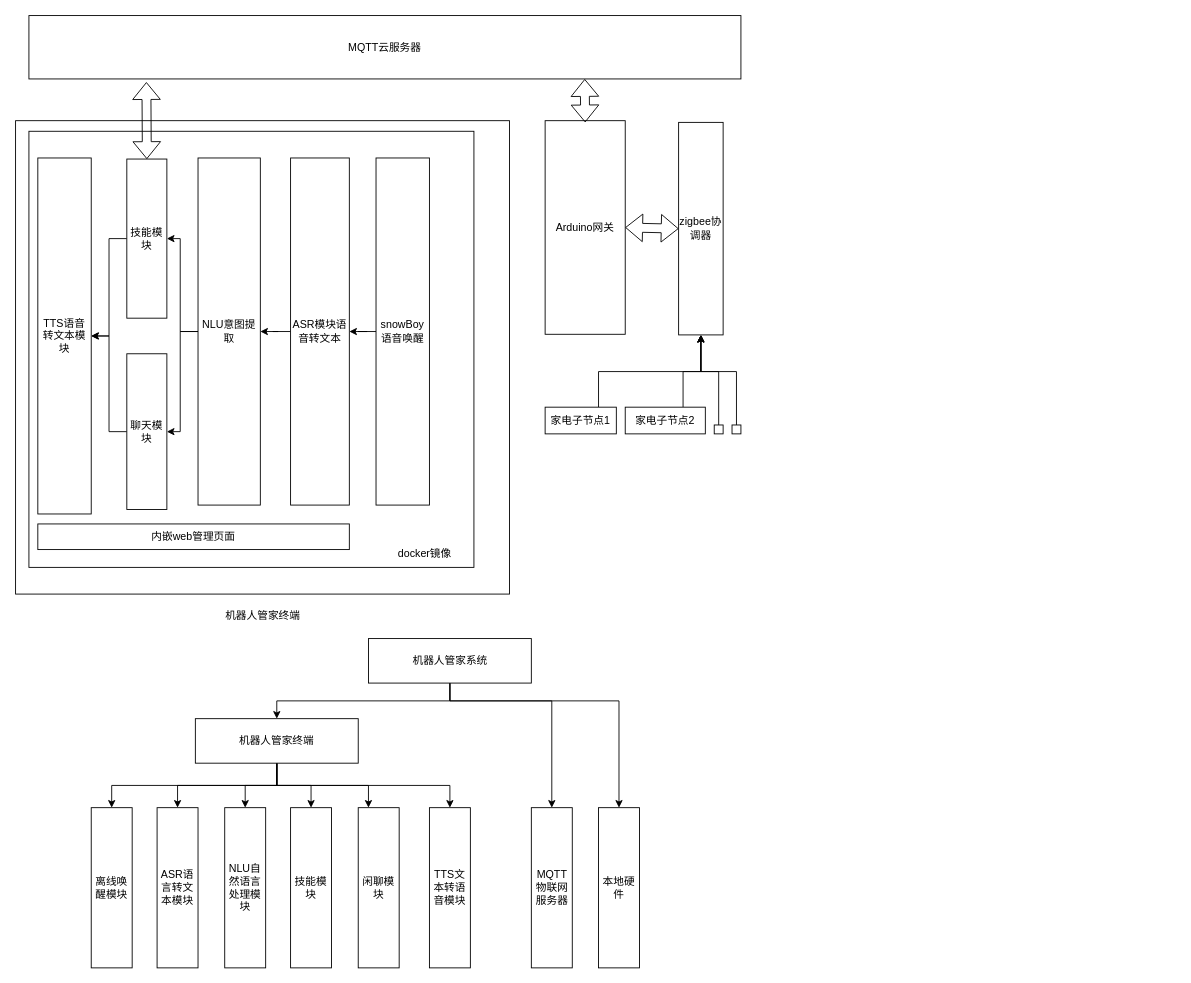
Before: my01.drawio in specychicken/drawIO2, a draw.io diagram. Source tidied: cells renumbered, new cells numbered last; positions are measured from the earlier drawing's top-left corner, leaving out a move shared by most shapes. Both pictures are drawn from the tidied source at 89%, with x=0, y=0 at pixel (15, 15).
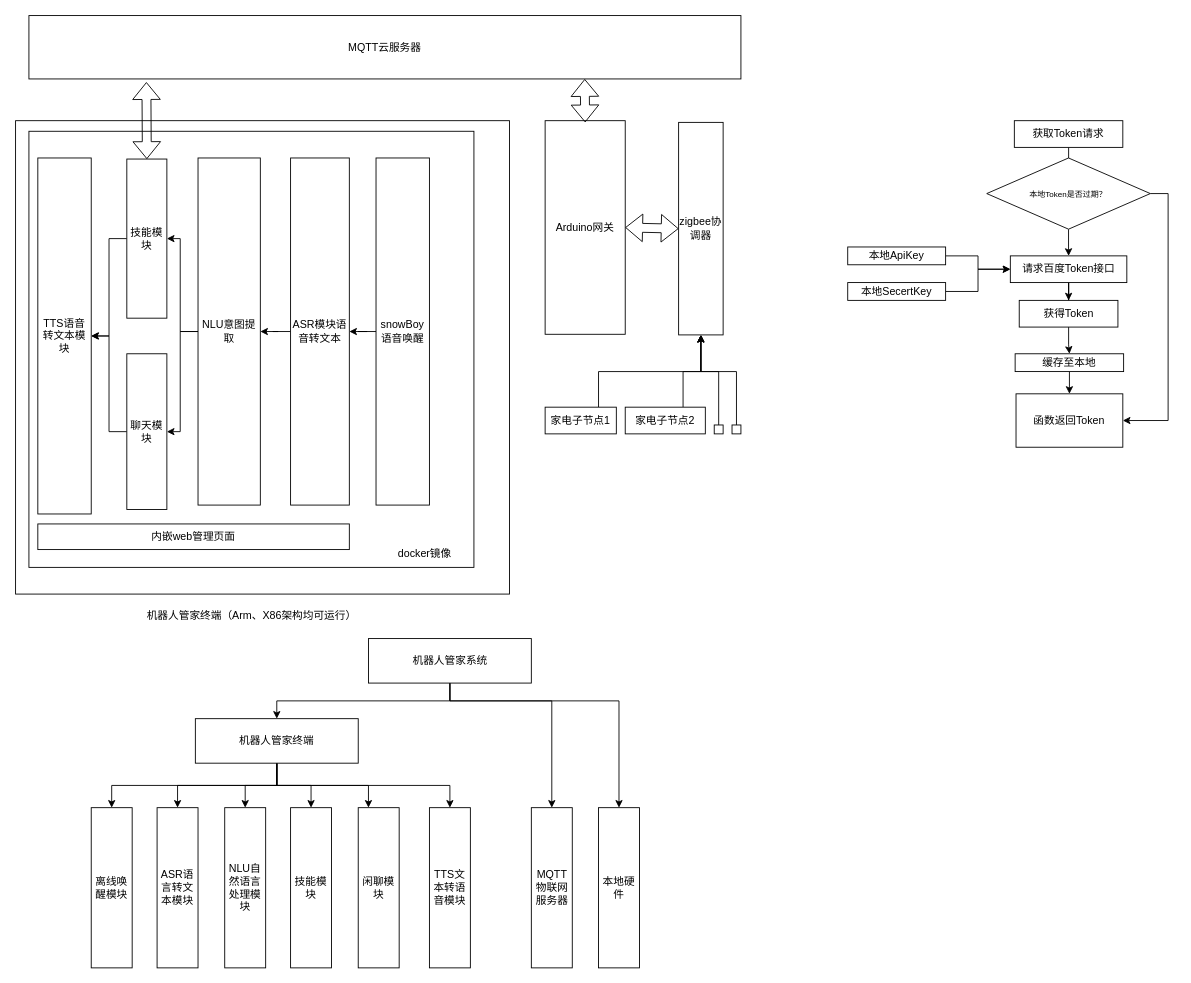
The same page after the edit.

The edit, as a diff of the source:
```diff
@@
-    <mxCell id="32" value="机器人管家终端" style="text;html=1;strokeColor=none;fillColor=none;align=center;verticalAlign=middle;whiteSpace=wrap;rounded=0;" parent="1" vertex="1">
-      <mxGeometry x="222.5" y="660" width="110" height="30" as="geometry" />
+    <mxCell id="32" value="机器人管家终端（Arm、X86架构均可运行）" style="text;html=1;strokeColor=none;fillColor=none;align=center;verticalAlign=middle;whiteSpace=wrap;rounded=0;" parent="1" vertex="1">
+      <mxGeometry x="138.8" y="660" width="252.5" height="30" as="geometry" />
     </mxCell>
@@
+    <mxCell id="53" style="edgeStyle=orthogonalEdgeStyle;rounded=0;jettySize=auto;html=1;" parent="1" edge="1" source="54" target="57">
+      <mxGeometry relative="1" as="geometry" />
+    </mxCell>
+    <mxCell id="54" value="获取Token请求" style="rounded=0;whiteSpace=wrap;html=1;" parent="1" vertex="1">
+      <mxGeometry x="1122.2" y="118.1" width="121.9" height="30" as="geometry" />
+    </mxCell>
+    <mxCell id="55" style="edgeStyle=orthogonalEdgeStyle;rounded=0;jettySize=auto;html=1;fontSize=9;" parent="1" edge="1" source="57" target="63">
+      <mxGeometry relative="1" as="geometry" />
+    </mxCell>
+    <mxCell id="56" style="edgeStyle=orthogonalEdgeStyle;rounded=0;jettySize=auto;html=1;exitX=1;exitY=0.5;exitDx=0;exitDy=0;entryX=1;entryY=0.5;entryDx=0;entryDy=0;fontSize=9;" parent="1" edge="1" source="57" target="67">
+      <mxGeometry relative="1" as="geometry" />
+    </mxCell>
+    <mxCell id="57" value="&lt;font style=&quot;font-size: 9px;&quot;&gt;本地Token是否过期？&lt;/font&gt;" style="rhombus;whiteSpace=wrap;html=1;rounded=0;" parent="1" vertex="1">
+      <mxGeometry x="1091.2" y="160" width="183.8" height="80" as="geometry" />
+    </mxCell>
+    <mxCell id="58" style="edgeStyle=orthogonalEdgeStyle;rounded=0;jettySize=auto;html=1;exitX=1;exitY=0.5;exitDx=0;exitDy=0;entryX=0;entryY=0.5;entryDx=0;entryDy=0;fontSize=9;" parent="1" edge="1" source="59" target="63">
+      <mxGeometry relative="1" as="geometry" />
+    </mxCell>
+    <mxCell id="59" value="本地SecertKey" style="whiteSpace=wrap;html=1;rounded=0;" parent="1" vertex="1">
+      <mxGeometry x="935" y="300" width="110" height="20" as="geometry" />
+    </mxCell>
+    <mxCell id="60" style="edgeStyle=orthogonalEdgeStyle;rounded=0;jettySize=auto;html=1;exitX=1;exitY=0.5;exitDx=0;exitDy=0;entryX=0;entryY=0.5;entryDx=0;entryDy=0;fontSize=9;" parent="1" edge="1" source="61" target="63">
+      <mxGeometry relative="1" as="geometry" />
+    </mxCell>
+    <mxCell id="61" value="本地ApiKey" style="whiteSpace=wrap;html=1;rounded=0;" parent="1" vertex="1">
+      <mxGeometry x="935" y="260" width="110" height="20" as="geometry" />
+    </mxCell>
+    <mxCell id="62" style="edgeStyle=orthogonalEdgeStyle;rounded=0;jettySize=auto;html=1;fontSize=9;" parent="1" edge="1" source="63" target="68">
+      <mxGeometry relative="1" as="geometry" />
+    </mxCell>
+    <mxCell id="63" value="请求百度Token接口" style="whiteSpace=wrap;html=1;rounded=0;" parent="1" vertex="1">
+      <mxGeometry x="1117.7" y="270" width="130.9" height="30" as="geometry" />
+    </mxCell>
+    <mxCell id="64" style="edgeStyle=orthogonalEdgeStyle;rounded=0;jettySize=auto;html=1;fontSize=9;" parent="1" edge="1" source="68" target="66">
+      <mxGeometry relative="1" as="geometry" />
+    </mxCell>
+    <mxCell id="65" style="edgeStyle=orthogonalEdgeStyle;rounded=0;jettySize=auto;html=1;fontSize=9;" parent="1" edge="1" source="66" target="67">
+      <mxGeometry relative="1" as="geometry" />
+    </mxCell>
+    <mxCell id="66" value="缓存至本地" style="whiteSpace=wrap;html=1;rounded=0;" parent="1" vertex="1">
+      <mxGeometry x="1123.1" y="380" width="121.9" height="20" as="geometry" />
+    </mxCell>
+    <mxCell id="67" value="函数返回Token" style="whiteSpace=wrap;html=1;rounded=0;" parent="1" vertex="1">
+      <mxGeometry x="1124.1" y="425" width="120" height="60" as="geometry" />
+    </mxCell>
+    <mxCell id="68" value="获得Token" style="whiteSpace=wrap;html=1;rounded=0;" parent="1" vertex="1">
+      <mxGeometry x="1127.7" y="320" width="110.9" height="30" as="geometry" />
+    </mxCell>
```
